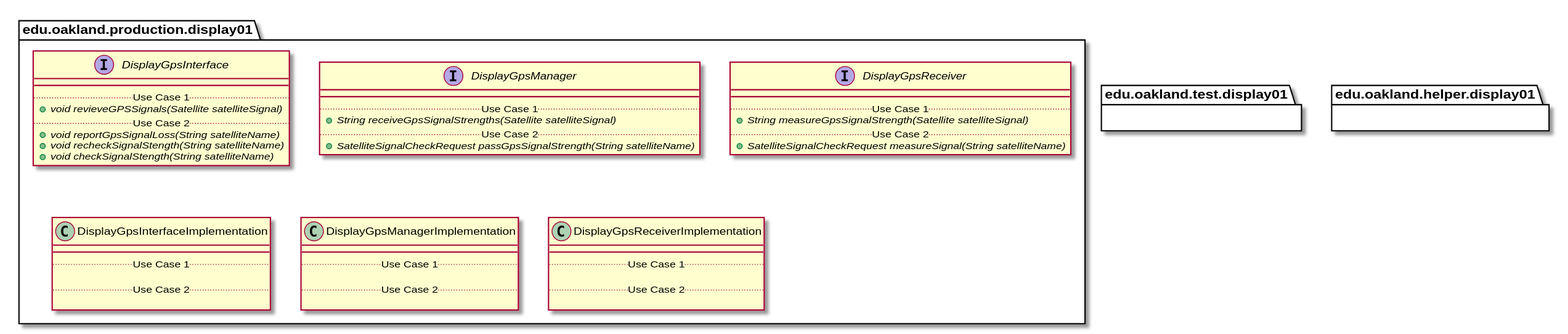
Above: docs/uml-class-diagrams/display01/Display01Packages.svg in elilley15/csi-3370-software-project (PlantUML), before the change.
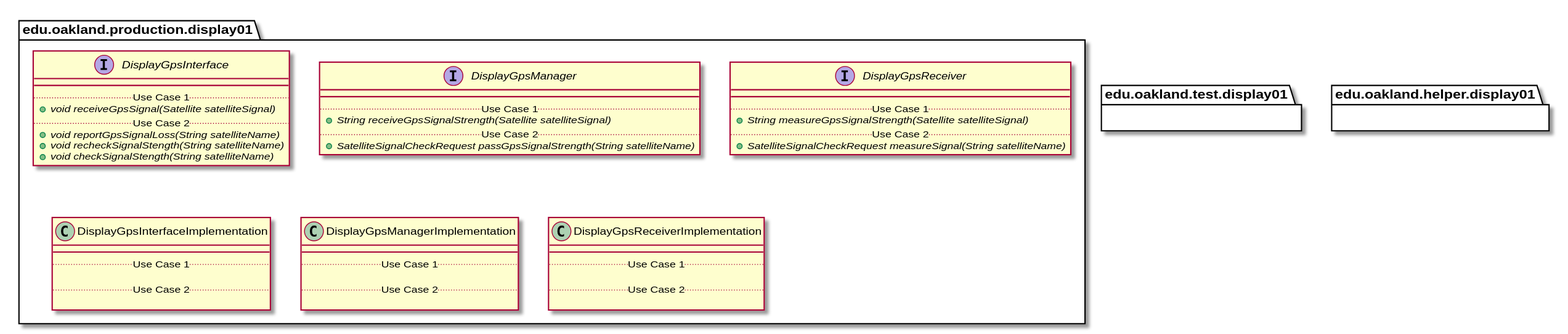
Above is the later version.

Diff of the diagram source:
```diff
@@ -10,7 +10,7 @@
     interface DisplayGpsInterface {
         __
         .. Use Case 1 ..
-        {abstract} + void revieveGPSSignals(Satellite satelliteSignal)
+        {abstract} + void receiveGpsSignal(Satellite satelliteSignal)
         .. Use Case 2 ..
         {abstract} + void reportGpsSignalLoss(String satelliteName)
         {abstract} + void recheckSignalStength(String satelliteName)
@@ -23,7 +23,7 @@
     interface DisplayGpsManager {
         __
         .. Use Case 1 ..
-        {abstract} + String receiveGpsSignalStrengths(Satellite satelliteSignal)
+        {abstract} + String receiveGpsSignalStrength(Satellite satelliteSignal)
         .. Use Case 2 ..
         {abstract} + SatelliteSignalCheckRequest passGpsSignalStrength(String satelliteName)
     }
```
